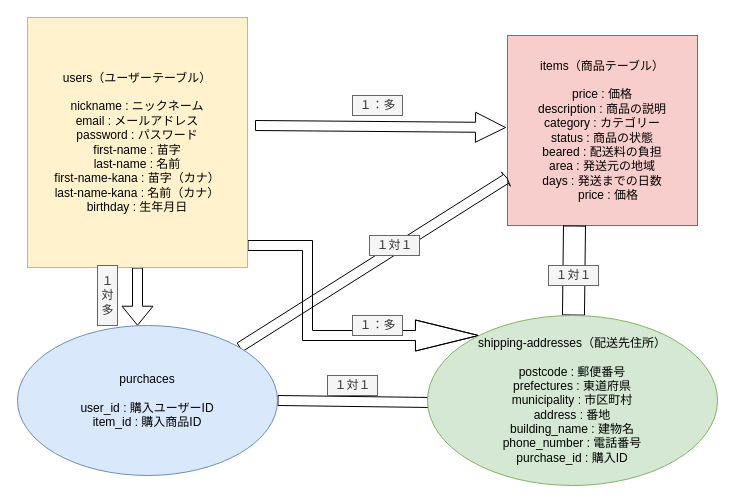
This is erfigure.drawio from Toshi0619/furima-29092, a draw.io file, before an edit. Source tidied: cells renumbered, new cells numbered last; positions are measured from the earlier drawing's top-left corner, leaving out a move shared by most shapes. Both pictures are drawn from the tidied source at 100%, with x=0, y=0 at pixel (17, 17).
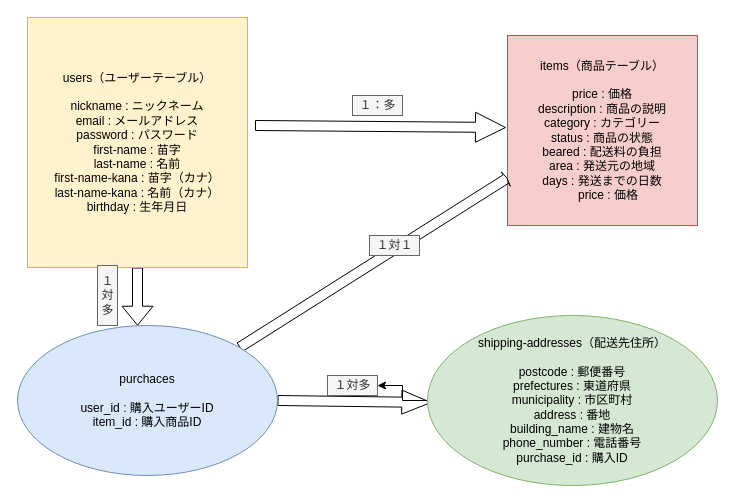
Above is the later version.

Commit message (it also covers changes not shown here):
残り部分の全修正

The change refers to these unchanged cells:
```xml
<mxCell id="5" value="users（ユーザーテーブル）&lt;br&gt;&lt;br&gt;nickname : ニックネーム&lt;br&gt;email : メールアドレス&lt;br&gt;password : パスワード&lt;br&gt;first-name : 苗字&lt;br&gt;last-name : 名前&lt;br&gt;first-name-kana : 苗字（カナ）&lt;br&gt;last-name-kana : 名前（カナ）&lt;br&gt;birthday : 生年月日" style="whiteSpace=wrap;html=1;fillColor=#fff2cc;strokeColor=#d6b656;fontColor=#000000;" parent="1" vertex="1">
  <mxGeometry x="10" width="220" height="250" as="geometry" />
</mxCell>
<mxCell id="9" value="purchaces&lt;br&gt;&lt;br&gt;user_id : 購入ユーザーID&lt;br&gt;item_id : 購入商品ID" style="ellipse;whiteSpace=wrap;html=1;fillColor=#dae8fc;strokeColor=#6c8ebf;fontColor=#000000;" parent="1" vertex="1">
  <mxGeometry y="308" width="260" height="150" as="geometry" />
</mxCell>
<mxCell id="11" value="shipping-addresses（配送先住所）&lt;br&gt;&lt;br&gt;postcode : 郵便番号&lt;br&gt;prefectures : 東道府県&lt;br&gt;municipality : 市区町村&lt;br&gt;address : 番地&lt;br&gt;building_name : 建物名&lt;br&gt;phone_number : 電話番号&lt;br&gt;purchase_id : 購入ID" style="ellipse;whiteSpace=wrap;html=1;fillColor=#d5e8d4;strokeColor=#82b366;fontColor=#000000;" parent="1" vertex="1">
  <mxGeometry x="410" y="298" width="290" height="170" as="geometry" />
</mxCell>
```

Diff of the diagram source:
```diff
@@
-    <mxCell id="4" style="edgeStyle=orthogonalEdgeStyle;shape=flexArrow;rounded=0;jumpSize=13;jettySize=auto;html=1;fontColor=#000000;width=10;endSize=20.7;" parent="1" edge="1" source="5" target="11">
-      <mxGeometry relative="1" as="geometry">
-        <Array as="points">
-          <mxPoint x="290" y="228" />
-          <mxPoint x="290" y="318" />
-        </Array>
-      </mxGeometry>
-    </mxCell>
@@
-    <mxCell id="8" style="edgeStyle=none;shape=flexArrow;rounded=0;jumpSize=13;jettySize=auto;html=1;entryX=-0.014;entryY=0.544;entryDx=0;entryDy=0;entryPerimeter=0;fontColor=#000000;endWidth=0;endSize=0.35;exitX=1;exitY=0.5;exitDx=0;exitDy=0;" parent="1" edge="1" source="9">
+    <mxCell id="8" style="edgeStyle=none;shape=flexArrow;rounded=0;jumpSize=13;jettySize=auto;html=1;entryX=-0.014;entryY=0.544;entryDx=0;entryDy=0;entryPerimeter=0;fontColor=#000000;endWidth=13;endSize=9.37;exitX=1;exitY=0.5;exitDx=0;exitDy=0;" parent="1" edge="1" source="9">
       <mxGeometry relative="1" as="geometry">
         <mxPoint x="413.9" y="385" as="targetPoint" />
       </mxGeometry>
     </mxCell>
@@
-    <mxCell id="10" style="edgeStyle=none;shape=flexArrow;rounded=0;jumpSize=13;jettySize=auto;html=1;fontColor=#000000;width=22;endSize=-0.3;endWidth=0;" parent="1" edge="1" source="11">
-      <mxGeometry relative="1" as="geometry">
-        <mxPoint x="557" y="208" as="targetPoint" />
-      </mxGeometry>
-    </mxCell>
+    <mxCell id="18" style="edgeStyle=orthogonalEdgeStyle;rounded=0;jettySize=auto;html=1;" parent="1" edge="1" source="11" target="15">
+      <mxGeometry relative="1" as="geometry" />
+    </mxCell>
@@
-    <mxCell id="14" value="１対１" style="text;html=1;align=center;verticalAlign=middle;fillColor=#f5f5f5;strokeColor=#666666;rounded=0;fontColor=#333333;" parent="1" vertex="1">
-      <mxGeometry x="531" y="248" width="50" height="20" as="geometry" />
-    </mxCell>
-    <mxCell id="15" value="１対１" style="text;html=1;align=center;verticalAlign=middle;points=[];fillColor=#f5f5f5;strokeColor=#666666;rounded=0;fontColor=#333333;" parent="1" vertex="1">
+    <mxCell id="15" value="１対多" style="text;html=1;align=center;verticalAlign=middle;points=[];fillColor=#f5f5f5;strokeColor=#666666;rounded=0;fontColor=#333333;" parent="1" vertex="1">
       <mxGeometry x="310" y="358" width="50" height="20" as="geometry" />
     </mxCell>
@@
-    <mxCell id="17" value="１：多" style="text;html=1;align=center;verticalAlign=middle;fillColor=#f5f5f5;strokeColor=#666666;rounded=0;fontColor=#333333;" parent="1" vertex="1">
-      <mxGeometry x="335" y="298" width="50" height="20" as="geometry" />
-    </mxCell>
```
